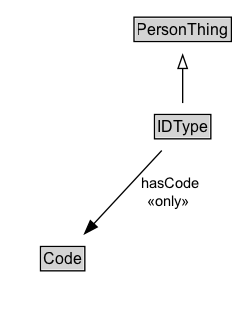
This is docs/diagrams/IDType.dot.png from ISO-TC204/ontology-cdm-p2-v1, a Graphviz export, as it was before one commit. Its source is kept beside it as docs/diagrams/IDType.dot.
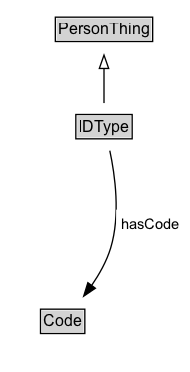
After the change.

What changed in the source:
```diff
@@ -3,18 +3,21 @@
 	node [fontname=Arial fontsize=12 margin=0 shape=none]
 	edge [fontname=Arial fontsize=11]
 	{
+		rank=source
+		PersonThing [label=<<TABLE BORDER="1" CELLBORDER="0" CELLSPACING="0" CELLPADDING="1"><TR><TD BGCOLOR="lightgray" ALIGN="CENTER">PersonThing</TD></TR></TABLE>> URL="../PersonThing" margin=0]
+	}
+	IDType [label=<<TABLE BORDER="1" CELLBORDER="0" CELLSPACING="0" CELLPADDING="1"><TR><TD BGCOLOR="lightgray" ALIGN="CENTER">IDType</TD></TR></TABLE>> URL="../IDType" margin=0]
+	{
 		rank=max
-		IDType [label=<<TABLE BORDER="1" CELLBORDER="0" CELLSPACING="0" CELLPADDING="1"><TR><TD BGCOLOR="lightgray" ALIGN="CENTER" PORT="e">IDType</TD></TR></TABLE>> URL="../IDType.md" margin=0]
 	}
 	subgraph cluster_associated {
 		label="" style=invis
 		Invis [label=<<TABLE BORDER="0" CELLBORDER="0" CELLSPACING="0" CELLPADDING="1"><TR><TD></TD></TR></TABLE>> margin=0 style=invis]
-		Code [label=<<TABLE BORDER="1" CELLBORDER="0" CELLSPACING="0" CELLPADDING="1"><TR><TD BGCOLOR="lightgray" ALIGN="CENTER">Code</TD></TR></TABLE>> URL="../Code.md" margin=0]
+		Code [label=<<TABLE BORDER="1" CELLBORDER="0" CELLSPACING="0" CELLPADDING="1"><TR><TD BGCOLOR="lightgray" ALIGN="CENTER">Code</TD></TR></TABLE>> URL="../Code" margin=0]
 	}
-	PersonThing [label=<<TABLE BORDER="1" CELLBORDER="0" CELLSPACING="0" CELLPADDING="1"><TR><TD BGCOLOR="lightgray" ALIGN="CENTER">PersonThing</TD></TR></TABLE>> URL="../PersonThing.md" margin=0]
 	IDType -> PersonThing [arrowhead=onormal style=solid]
 	IDType -> Invis [style=invis]
 	Invis -> Code [style=invis]
-	IDType -> Code [label=" hasCode
- «only»  " arrowhead=normal style=solid]
+	Code [label=<<TABLE BORDER="1" CELLBORDER="0" CELLSPACING="0" CELLPADDING="1"><TR><TD BGCOLOR="lightgray" ALIGN="CENTER">Code</TD></TR></TABLE>> URL="../Code" margin=0]
+	IDType -> Code [label=<<TABLE BORDER="0" CELLBORDER="0" CELLSPACING="0" CELLPADDING="4" BGCOLOR="white"><TR><TD ALIGN="CENTER">hasCode</TD></TR></TABLE>> arrowhead=normal style=solid]
 }
```
